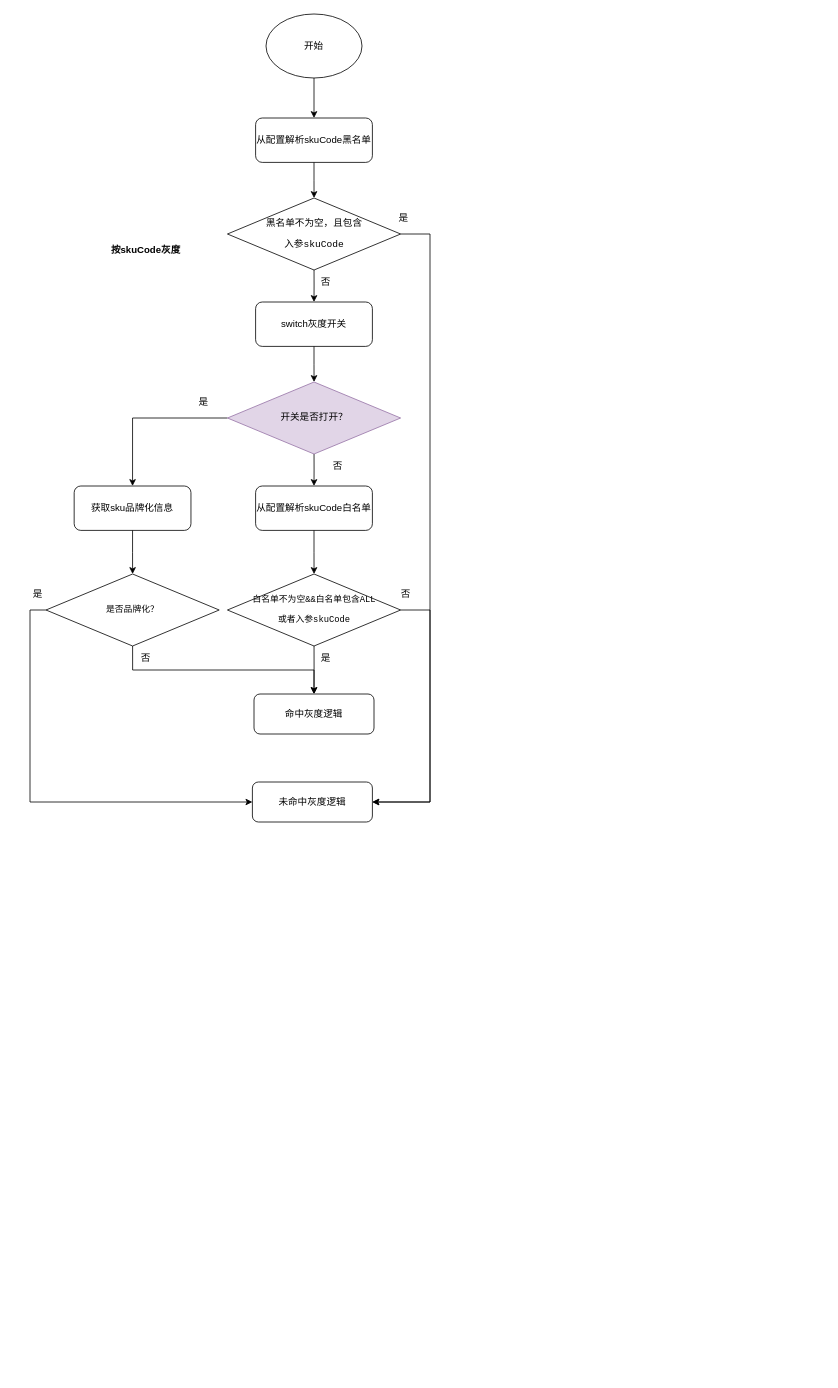
Earlier version of the draw.io diagram 灰度逻辑.drawio (heyrry/draw.io). Source tidied: cells renumbered, new cells numbered last; positions are measured from the earlier drawing's top-left corner, leaving out a move shared by most shapes. Both pictures are drawn from the tidied source at 80%, with x=0, y=0 at pixel (14, 14).
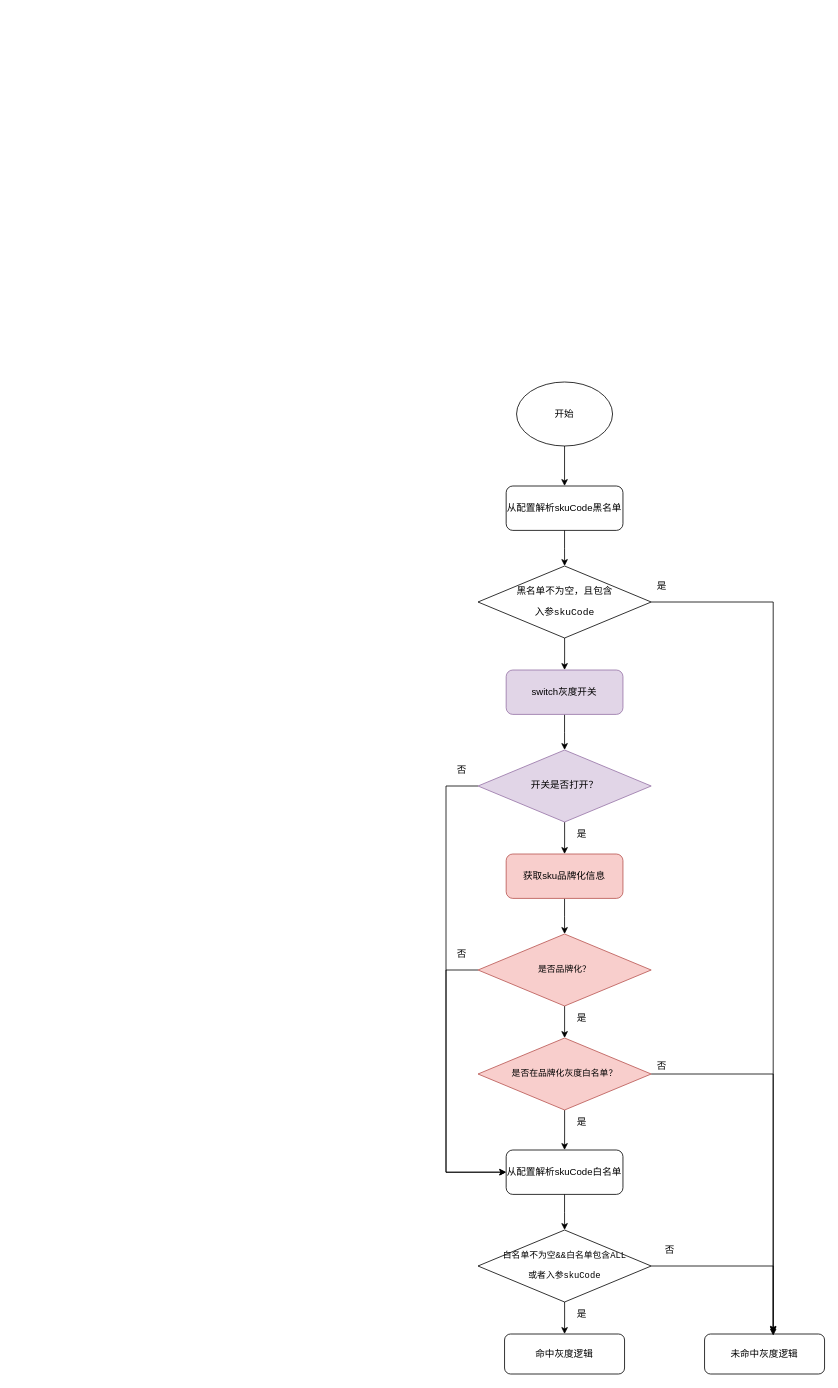
After the change.

Commit message:
更新灰度逻辑.drawio

What changed in the source:
```diff
@@
-    <mxCell id="2" style="edgeStyle=orthogonalEdgeStyle;rounded=0;jettySize=auto;html=1;exitX=0.5;exitY=1;exitDx=0;exitDy=0;entryX=0.5;entryY=0;entryDx=0;entryDy=0;" parent="1" edge="1" source="3" target="7">
-      <mxGeometry relative="1" as="geometry" />
-    </mxCell>
-    <mxCell id="3" value="开始" style="ellipse;whiteSpace=wrap;html=1;fillColor=none;" parent="1" vertex="1">
-      <mxGeometry x="315" width="120" height="80" as="geometry" />
-    </mxCell>
+    <mxCell id="5" value="是" style="text;html=1;align=center;verticalAlign=middle;whiteSpace=wrap;rounded=0;" parent="1" vertex="1">
+      <mxGeometry x="680" y="1610" width="60" height="30" as="geometry" />
+    </mxCell>
+    <mxCell id="17" value="是" style="text;html=1;align=center;verticalAlign=middle;whiteSpace=wrap;rounded=0;" parent="1" vertex="1">
+      <mxGeometry x="680" y="1240" width="60" height="30" as="geometry" />
+    </mxCell>
+    <mxCell id="31" value="是" style="text;html=1;align=center;verticalAlign=middle;whiteSpace=wrap;rounded=0;" parent="1" vertex="1">
+      <mxGeometry x="780" y="700" width="60" height="30" as="geometry" />
+    </mxCell>
+    <mxCell id="32" value="否" style="text;html=1;align=center;verticalAlign=middle;whiteSpace=wrap;rounded=0;" parent="1" vertex="1">
+      <mxGeometry x="790" y="1530" width="60" height="30" as="geometry" />
+    </mxCell>
+    <mxCell id="33" value="是" style="text;html=1;align=center;verticalAlign=middle;whiteSpace=wrap;rounded=0;" parent="1" vertex="1">
+      <mxGeometry x="680" y="1010" width="60" height="30" as="geometry" />
+    </mxCell>
+    <mxCell id="34" value="否" style="text;html=1;align=center;verticalAlign=middle;whiteSpace=wrap;rounded=0;" parent="1" vertex="1">
+      <mxGeometry x="780" y="1300" width="60" height="30" as="geometry" />
+    </mxCell>
     <mxCell id="4" value="命中灰度逻辑" style="rounded=1;whiteSpace=wrap;html=1;fillColor=none;strokeColor=default;" parent="1" vertex="1">
-      <mxGeometry x="300" y="850" width="150" height="50" as="geometry" />
+      <mxGeometry x="613.2" y="1650" width="150" height="50" as="geometry" />
     </mxCell>
-    <mxCell id="5" value="是" style="text;html=1;align=center;verticalAlign=middle;whiteSpace=wrap;rounded=0;" parent="1" vertex="1">
-      <mxGeometry x="457" y="240" width="60" height="30" as="geometry" />
-    </mxCell>
@@
     <mxCell id="7" value="从配置解析skuCode黑名单" style="rounded=1;whiteSpace=wrap;html=1;fillColor=none;" parent="1" vertex="1">
-      <mxGeometry x="302" y="130" width="146" height="55.5" as="geometry" />
+      <mxGeometry x="615.2" y="590" width="146" height="55.5" as="geometry" />
     </mxCell>
@@
-    <mxCell id="9" value="获取sku品牌化信息" style="rounded=1;whiteSpace=wrap;html=1;fillColor=none;strokeColor=default;" parent="1" vertex="1">
-      <mxGeometry x="75.2" y="590" width="146" height="55.5" as="geometry" />
+    <mxCell id="9" value="获取sku品牌化信息" style="rounded=1;whiteSpace=wrap;html=1;fillColor=#f8cecc;strokeColor=#b85450;" parent="1" vertex="1">
+      <mxGeometry x="615.2" y="1050" width="146" height="55.5" as="geometry" />
     </mxCell>
@@
-    <mxCell id="11" style="edgeStyle=orthogonalEdgeStyle;rounded=0;jettySize=auto;html=1;exitX=1;exitY=0.5;exitDx=0;exitDy=0;entryX=1;entryY=0.5;entryDx=0;entryDy=0;" parent="1" edge="1" source="12" target="16">
-      <mxGeometry relative="1" as="geometry">
-        <Array as="points">
-          <mxPoint x="520" y="275" />
-          <mxPoint x="520" y="985" />
-        </Array>
-      </mxGeometry>
+    <mxCell id="11" style="edgeStyle=orthogonalEdgeStyle;rounded=0;jettySize=auto;html=1;exitX=1;exitY=0.5;exitDx=0;exitDy=0;entryX=0.572;entryY=-0.033;entryDx=0;entryDy=0;entryPerimeter=0;" parent="1" edge="1" source="12" target="16">
+      <mxGeometry relative="1" as="geometry" />
     </mxCell>
     <mxCell id="12" value="&lt;pre&gt;&lt;pre&gt;&lt;pre style=&quot;font-size: 12px;&quot;&gt;黑名单不为空，且包含&lt;/pre&gt;&lt;pre style=&quot;font-size: 12px;&quot;&gt;入参skuCode&lt;/pre&gt;&lt;/pre&gt;&lt;/pre&gt;" style="rhombus;whiteSpace=wrap;html=1;fillColor=none;verticalAlign=middle;horizontal=1;spacing=0;fontSize=11;" parent="1" vertex="1">
-      <mxGeometry x="266.8" y="230" width="216.5" height="90" as="geometry" />
+      <mxGeometry x="580" y="690" width="216.5" height="90" as="geometry" />
     </mxCell>
-    <mxCell id="13" style="edgeStyle=orthogonalEdgeStyle;rounded=0;jettySize=auto;html=1;exitX=0.5;exitY=1;exitDx=0;exitDy=0;entryX=0.5;entryY=0;entryDx=0;entryDy=0;" parent="1" edge="1" source="15" target="4">
-      <mxGeometry relative="1" as="geometry" />
-    </mxCell>
-    <mxCell id="14" style="edgeStyle=orthogonalEdgeStyle;rounded=0;jettySize=auto;html=1;exitX=0;exitY=0.5;exitDx=0;exitDy=0;entryX=0;entryY=0.5;entryDx=0;entryDy=0;" parent="1" edge="1" source="15" target="16">
-      <mxGeometry relative="1" as="geometry" />
-    </mxCell>
+    <mxCell id="35" style="edgeStyle=orthogonalEdgeStyle;rounded=0;jettySize=auto;html=1;exitX=0.5;exitY=1;exitDx=0;exitDy=0;entryX=0.5;entryY=0;entryDx=0;entryDy=0;" parent="1" edge="1" source="15" target="38">
+      <mxGeometry relative="1" as="geometry" />
+    </mxCell>
+    <mxCell id="36" style="edgeStyle=orthogonalEdgeStyle;rounded=0;jettySize=auto;html=1;exitX=0;exitY=0.5;exitDx=0;exitDy=0;entryX=0;entryY=0.5;entryDx=0;entryDy=0;" parent="1" edge="1" source="15" target="26">
+      <mxGeometry relative="1" as="geometry">
+        <Array as="points">
+          <mxPoint x="540" y="1195" />
+          <mxPoint x="540" y="1448" />
+        </Array>
+      </mxGeometry>
+    </mxCell>
-    <mxCell id="15" value="&lt;pre&gt;&lt;pre&gt;是否品牌化？&lt;/pre&gt;&lt;/pre&gt;" style="rhombus;whiteSpace=wrap;html=1;fillColor=none;verticalAlign=middle;horizontal=1;spacing=0;fontSize=11;strokeColor=default;" parent="1" vertex="1">
-      <mxGeometry x="40" y="700" width="216.5" height="90" as="geometry" />
+    <mxCell id="15" value="&lt;pre&gt;&lt;pre&gt;是否品牌化？&lt;/pre&gt;&lt;/pre&gt;" style="rhombus;whiteSpace=wrap;html=1;fillColor=#f8cecc;verticalAlign=middle;horizontal=1;spacing=0;fontSize=11;strokeColor=#b85450;" parent="1" vertex="1">
+      <mxGeometry x="580" y="1150" width="216.5" height="90" as="geometry" />
     </mxCell>
     <mxCell id="16" value="未命中灰度逻辑" style="rounded=1;whiteSpace=wrap;html=1;fillColor=none;strokeColor=default;" parent="1" vertex="1">
-      <mxGeometry x="298" y="960" width="150" height="50" as="geometry" />
+      <mxGeometry x="863.2" y="1650" width="150" height="50" as="geometry" />
     </mxCell>
-    <mxCell id="17" value="是" style="text;html=1;align=center;verticalAlign=middle;whiteSpace=wrap;rounded=0;" parent="1" vertex="1">
-      <mxGeometry x="206.8" y="470" width="60" height="30" as="geometry" />
-    </mxCell>
-    <mxCell id="18" value="否" style="text;html=1;align=center;verticalAlign=middle;whiteSpace=wrap;rounded=0;" parent="1" vertex="1">
-      <mxGeometry x="360" y="320" width="60" height="30" as="geometry" />
-    </mxCell>
-    <mxCell id="19" value="按skuCode灰度" style="text;html=1;align=center;verticalAlign=middle;whiteSpace=wrap;rounded=0;fontStyle=1;" parent="1" vertex="1">
-      <mxGeometry x="120" y="280" width="90" height="30" as="geometry" />
-    </mxCell>
+    <mxCell id="37" style="edgeStyle=orthogonalEdgeStyle;rounded=0;jettySize=auto;html=1;exitX=0.5;exitY=1;exitDx=0;exitDy=0;" parent="1" edge="1" source="38" target="26">
+      <mxGeometry relative="1" as="geometry" />
+    </mxCell>
+    <mxCell id="38" value="&lt;pre&gt;&lt;pre&gt;是否在品牌化灰度白名单？&lt;/pre&gt;&lt;/pre&gt;" style="rhombus;whiteSpace=wrap;html=1;fillColor=#f8cecc;verticalAlign=middle;horizontal=1;spacing=0;fontSize=11;strokeColor=#b85450;" parent="1" vertex="1">
+      <mxGeometry x="580" y="1280" width="216.5" height="90" as="geometry" />
+    </mxCell>
+    <mxCell id="39" style="edgeStyle=orthogonalEdgeStyle;rounded=0;jettySize=auto;html=1;exitX=0.5;exitY=1;exitDx=0;exitDy=0;entryX=0.5;entryY=0;entryDx=0;entryDy=0;" parent="1" edge="1" source="26" target="41">
+      <mxGeometry relative="1" as="geometry" />
+    </mxCell>
+    <mxCell id="26" value="从配置解析skuCode白名单" style="rounded=1;whiteSpace=wrap;html=1;fillColor=none;" parent="1" vertex="1">
+      <mxGeometry x="615.2" y="1420" width="146" height="55.5" as="geometry" />
+    </mxCell>
+    <mxCell id="40" style="edgeStyle=orthogonalEdgeStyle;rounded=0;jettySize=auto;html=1;exitX=0.5;exitY=1;exitDx=0;exitDy=0;entryX=0.5;entryY=0;entryDx=0;entryDy=0;" parent="1" edge="1" source="41" target="4">
+      <mxGeometry relative="1" as="geometry" />
+    </mxCell>
+    <mxCell id="41" value="&lt;pre&gt;&lt;pre&gt;&lt;font&gt;白名单不为空&amp;amp;&amp;amp;白名单包含ALL&lt;/font&gt;&lt;/pre&gt;&lt;pre&gt;&lt;font&gt;或者&lt;/font&gt;入参skuCode&lt;/pre&gt;&lt;/pre&gt;" style="rhombus;whiteSpace=wrap;html=1;fillColor=none;verticalAlign=middle;horizontal=1;spacing=0;fontSize=11;" parent="1" vertex="1">
+      <mxGeometry x="580" y="1520" width="216.5" height="90" as="geometry" />
+    </mxCell>
+    <mxCell id="2" style="edgeStyle=orthogonalEdgeStyle;rounded=0;jettySize=auto;html=1;exitX=0.5;exitY=1;exitDx=0;exitDy=0;entryX=0.5;entryY=0;entryDx=0;entryDy=0;" parent="1" edge="1" source="3" target="7">
+      <mxGeometry relative="1" as="geometry" />
+    </mxCell>
+    <mxCell id="3" value="开始" style="ellipse;whiteSpace=wrap;html=1;fillColor=none;" parent="1" vertex="1">
+      <mxGeometry x="628.2" y="460" width="120" height="80" as="geometry" />
+    </mxCell>
@@
-    <mxCell id="21" value="switch灰度开关" style="rounded=1;whiteSpace=wrap;html=1;fillColor=none;" parent="1" vertex="1">
-      <mxGeometry x="302" y="360" width="146" height="55.5" as="geometry" />
+    <mxCell id="21" value="switch灰度开关" style="rounded=1;whiteSpace=wrap;html=1;fillColor=#e1d5e7;strokeColor=#9673a6;" parent="1" vertex="1">
+      <mxGeometry x="615.2" y="820" width="146" height="55.5" as="geometry" />
     </mxCell>
-    <mxCell id="22" style="edgeStyle=orthogonalEdgeStyle;rounded=0;jettySize=auto;html=1;exitX=0.5;exitY=1;exitDx=0;exitDy=0;entryX=0.5;entryY=0;entryDx=0;entryDy=0;" parent="1" edge="1" source="24" target="26">
-      <mxGeometry relative="1" as="geometry" />
+    <mxCell id="22" style="edgeStyle=orthogonalEdgeStyle;rounded=0;jettySize=auto;html=1;exitX=0;exitY=0.5;exitDx=0;exitDy=0;entryX=0;entryY=0.5;entryDx=0;entryDy=0;" parent="1" edge="1" source="24" target="26">
+      <mxGeometry relative="1" as="geometry">
+        <Array as="points">
+          <mxPoint x="540" y="965" />
+          <mxPoint x="540" y="1448" />
+        </Array>
+      </mxGeometry>
     </mxCell>
-    <mxCell id="23" style="edgeStyle=orthogonalEdgeStyle;rounded=0;jettySize=auto;html=1;exitX=0;exitY=0.5;exitDx=0;exitDy=0;entryX=0.5;entryY=0;entryDx=0;entryDy=0;" parent="1" edge="1" source="24" target="9">
+    <mxCell id="23" style="edgeStyle=orthogonalEdgeStyle;rounded=0;jettySize=auto;html=1;exitX=0.5;exitY=1;exitDx=0;exitDy=0;entryX=0.5;entryY=0;entryDx=0;entryDy=0;" parent="1" edge="1" source="24" target="9">
       <mxGeometry relative="1" as="geometry" />
     </mxCell>
     <mxCell id="24" value="&lt;pre&gt;&lt;pre&gt;&lt;pre style=&quot;font-size: 12px;&quot;&gt;开关是否打开？&lt;/pre&gt;&lt;/pre&gt;&lt;/pre&gt;" style="rhombus;whiteSpace=wrap;html=1;fillColor=#e1d5e7;verticalAlign=middle;horizontal=1;spacing=0;fontSize=11;strokeColor=#9673a6;" parent="1" vertex="1">
-      <mxGeometry x="266.8" y="460" width="216.5" height="90" as="geometry" />
+      <mxGeometry x="580" y="920" width="216.5" height="90" as="geometry" />
     </mxCell>
-    <mxCell id="25" style="edgeStyle=orthogonalEdgeStyle;rounded=0;jettySize=auto;html=1;exitX=0.5;exitY=1;exitDx=0;exitDy=0;entryX=0.5;entryY=0;entryDx=0;entryDy=0;" parent="1" edge="1" source="26" target="29">
-      <mxGeometry relative="1" as="geometry" />
-    </mxCell>
-    <mxCell id="26" value="从配置解析skuCode白名单" style="rounded=1;whiteSpace=wrap;html=1;fillColor=none;strokeColor=default;" parent="1" vertex="1">
-      <mxGeometry x="302" y="590" width="146" height="55.5" as="geometry" />
-    </mxCell>
-    <mxCell id="27" style="edgeStyle=orthogonalEdgeStyle;rounded=0;jettySize=auto;html=1;exitX=0.5;exitY=1;exitDx=0;exitDy=0;entryX=0.5;entryY=0;entryDx=0;entryDy=0;" parent="1" edge="1" source="29" target="4">
-      <mxGeometry relative="1" as="geometry" />
-    </mxCell>
-    <mxCell id="28" style="edgeStyle=orthogonalEdgeStyle;rounded=0;jettySize=auto;html=1;exitX=1;exitY=0.5;exitDx=0;exitDy=0;entryX=1;entryY=0.5;entryDx=0;entryDy=0;" parent="1" edge="1" source="29" target="16">
-      <mxGeometry relative="1" as="geometry">
-        <Array as="points">
-          <mxPoint x="520" y="745" />
-          <mxPoint x="520" y="985" />
-        </Array>
-      </mxGeometry>
-    </mxCell>
-    <mxCell id="29" value="&lt;pre&gt;&lt;pre&gt;&lt;pre&gt;白名单不为空&amp;amp;&amp;amp;白名单包含ALL&lt;/pre&gt;&lt;pre&gt;或者入参skuCode&lt;/pre&gt;&lt;/pre&gt;&lt;/pre&gt;" style="rhombus;whiteSpace=wrap;html=1;fillColor=none;verticalAlign=middle;horizontal=1;spacing=0;fontSize=11;strokeColor=default;" parent="1" vertex="1">
-      <mxGeometry x="266.8" y="700" width="216.5" height="90" as="geometry" />
-    </mxCell>
-    <mxCell id="30" value="否" style="text;html=1;align=center;verticalAlign=middle;whiteSpace=wrap;rounded=0;" parent="1" vertex="1">
-      <mxGeometry x="375" y="550" width="60" height="30" as="geometry" />
-    </mxCell>
-    <mxCell id="31" value="是" style="text;html=1;align=center;verticalAlign=middle;whiteSpace=wrap;rounded=0;" parent="1" vertex="1">
-      <mxGeometry y="710" width="60" height="30" as="geometry" />
-    </mxCell>
-    <mxCell id="32" value="否" style="text;html=1;align=center;verticalAlign=middle;whiteSpace=wrap;rounded=0;" parent="1" vertex="1">
-      <mxGeometry x="135" y="790" width="60" height="30" as="geometry" />
-    </mxCell>
-    <mxCell id="33" value="是" style="text;html=1;align=center;verticalAlign=middle;whiteSpace=wrap;rounded=0;" parent="1" vertex="1">
-      <mxGeometry x="360" y="790" width="60" height="30" as="geometry" />
-    </mxCell>
-    <mxCell id="34" value="否" style="text;html=1;align=center;verticalAlign=middle;whiteSpace=wrap;rounded=0;" parent="1" vertex="1">
-      <mxGeometry x="460" y="710" width="60" height="30" as="geometry" />
-    </mxCell>
+    <mxCell id="42" value="否" style="text;html=1;align=center;verticalAlign=middle;whiteSpace=wrap;rounded=0;" parent="1" vertex="1">
+      <mxGeometry x="530" y="930" width="60" height="30" as="geometry" />
+    </mxCell>
+    <mxCell id="43" value="否" style="text;html=1;align=center;verticalAlign=middle;whiteSpace=wrap;rounded=0;" parent="1" vertex="1">
+      <mxGeometry x="530" y="1160" width="60" height="30" as="geometry" />
+    </mxCell>
+    <mxCell id="44" style="edgeStyle=orthogonalEdgeStyle;rounded=0;jettySize=auto;html=1;exitX=1;exitY=0.5;exitDx=0;exitDy=0;entryX=0.572;entryY=-0.015;entryDx=0;entryDy=0;entryPerimeter=0;" parent="1" edge="1" source="38" target="16">
+      <mxGeometry relative="1" as="geometry" />
+    </mxCell>
+    <mxCell id="45" style="edgeStyle=orthogonalEdgeStyle;rounded=0;jettySize=auto;html=1;exitX=1;exitY=0.5;exitDx=0;exitDy=0;entryX=0.572;entryY=0.04;entryDx=0;entryDy=0;entryPerimeter=0;" parent="1" edge="1" source="41" target="16">
+      <mxGeometry relative="1" as="geometry" />
+    </mxCell>
+    <mxCell id="46" value="是" style="text;html=1;align=center;verticalAlign=middle;whiteSpace=wrap;rounded=0;" parent="1" vertex="1">
+      <mxGeometry x="680" y="1370" width="60" height="30" as="geometry" />
+    </mxCell>
```
